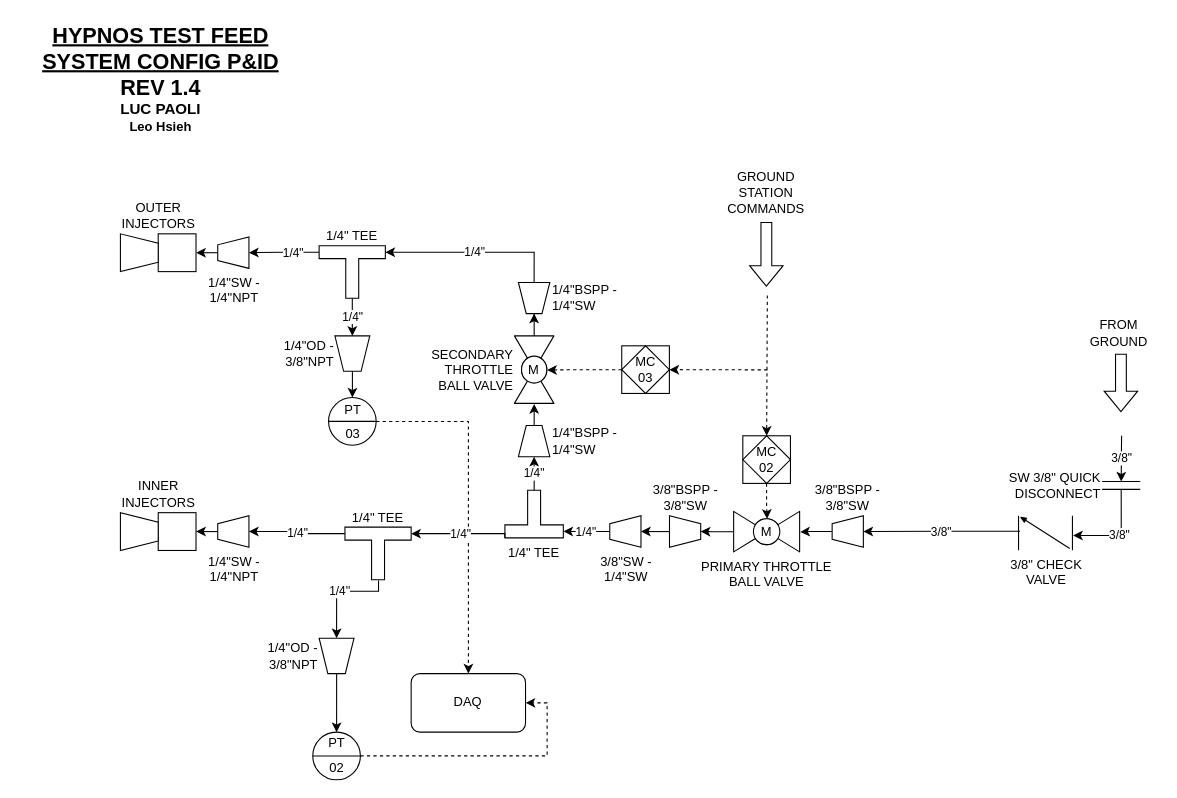
Above: page "Cold flow feed system" (5 of 5) of All_P_IDs.drawio in icl-rocketry/Propulsion-PIDs (draw.io), before the change. Source tidied: cells renumbered, new cells numbered last; positions are measured from the earlier drawing's top-left corner, leaving out a move shared by most shapes. Both pictures are drawn from the tidied source at 108%, with x=0, y=0 at pixel (18, 18).
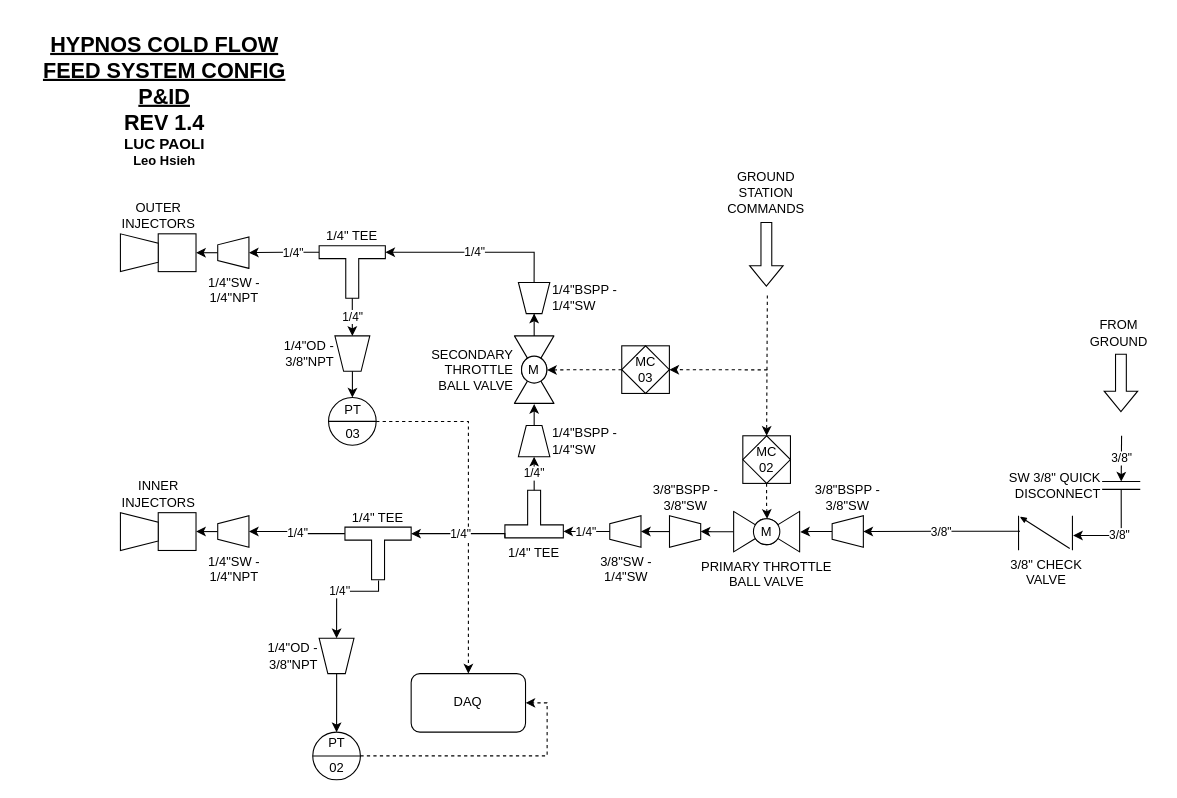
Above is the later version.

What changed in the source:
```diff
@@
-    <mxCell id="2" value="&lt;b&gt;&lt;font&gt;&lt;u style=&quot;font-size: 20px&quot;&gt;HYPNOS TEST FEED SYSTEM CONFIG P&amp;amp;ID&lt;/u&gt;&lt;br&gt;&lt;span style=&quot;font-size: 20px&quot;&gt;REV 1.4&lt;/span&gt;&lt;br&gt;&lt;font style=&quot;font-size: 14px&quot;&gt;LUC PAOLI&lt;br&gt;&lt;/font&gt;Leo Hsieh&lt;br&gt;&lt;/font&gt;&lt;/b&gt;" style="text;html=1;strokeColor=none;fillColor=none;align=center;verticalAlign=middle;whiteSpace=wrap;rounded=0;fontFamily=Helvetica;" parent="1" vertex="1">
-      <mxGeometry width="262.6" height="110" as="geometry" />
+    <mxCell id="2" value="&lt;b&gt;&lt;font&gt;&lt;u style=&quot;font-size: 20px&quot;&gt;HYPNOS COLD FLOW FEED SYSTEM CONFIG P&amp;amp;ID&lt;/u&gt;&lt;br&gt;&lt;span style=&quot;font-size: 20px&quot;&gt;REV 1.4&lt;/span&gt;&lt;br&gt;&lt;font style=&quot;font-size: 14px&quot;&gt;LUC PAOLI&lt;br&gt;&lt;/font&gt;Leo Hsieh&lt;br&gt;&lt;/font&gt;&lt;/b&gt;" style="text;html=1;strokeColor=none;fillColor=none;align=center;verticalAlign=middle;whiteSpace=wrap;rounded=0;fontFamily=Helvetica;" parent="1" vertex="1">
+      <mxGeometry width="270" height="150" as="geometry" />
     </mxCell>
```
